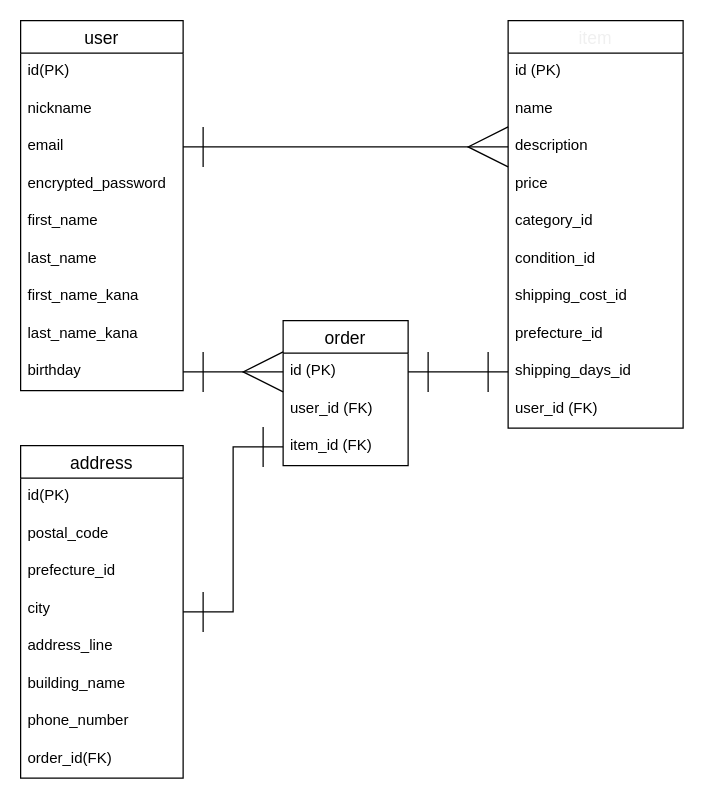
Above: fulima_41683_ER.dio in ooyamadaizan/furima-41683 (draw.io), before the change. Source tidied: cells renumbered, new cells numbered last; positions are measured from the earlier drawing's top-left corner, leaving out a move shared by most shapes. Both pictures are drawn from the tidied source at 125%, with x=0, y=0 at pixel (20, 20).
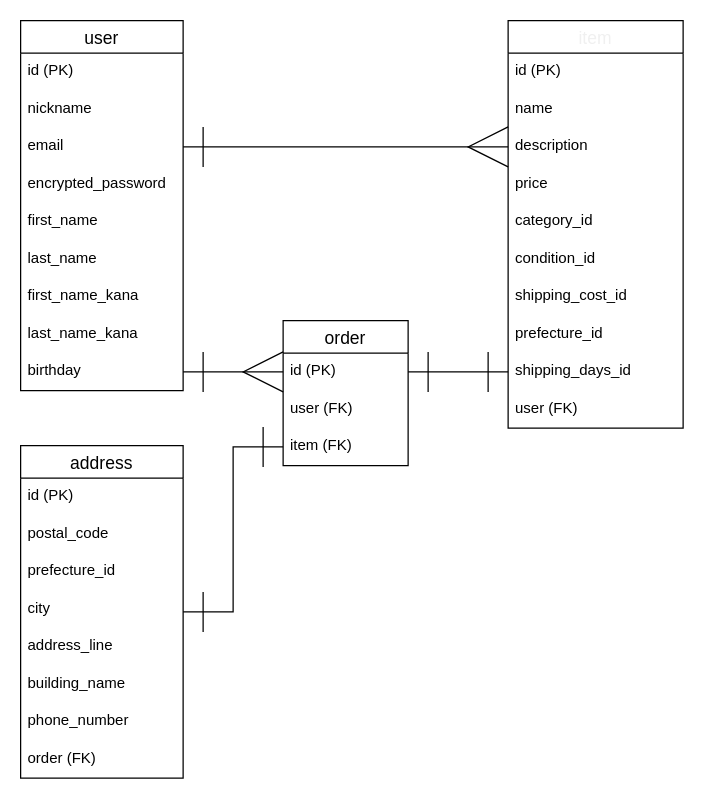
The same diagram, later.

Commit message (it also covers changes not shown here):
READMEとER図再度修正実施

外部キーの名前につけていた不要な記述を全テーブルで削除実施
Itesmsテーブル  user_id の_id を削除
ordersテーブル user_id と item_id の_idを削除
addressesテーブル order_id の _id を削除
READMEの余分左右のスペースを調整実施

Unchanged cells that the change refers to:
```xml
<mxCell id="2" value="user" style="swimlane;fontStyle=0;horizontal=1;startSize=26;align=center;fontSize=14;labelBackgroundColor=none;" parent="1" vertex="1">
  <mxGeometry width="130" height="296" as="geometry" />
</mxCell>
<mxCell id="12" value="item" style="swimlane;fontStyle=0;horizontal=1;startSize=26;align=center;fontSize=14;labelBackgroundColor=none;fontColor=#F0F0F0;" parent="1" vertex="1">
  <mxGeometry x="390" width="140" height="326" as="geometry" />
</mxCell>
<mxCell id="23" value="order" style="swimlane;fontStyle=0;horizontal=1;startSize=26;align=center;fontSize=14;labelBackgroundColor=none;" parent="1" vertex="1">
  <mxGeometry x="210" y="240" width="100" height="116" as="geometry" />
</mxCell>
<mxCell id="28" value="address" style="swimlane;fontStyle=0;horizontal=1;startSize=26;align=center;fontSize=14;strokeColor=default;fontFamily=Helvetica;fontColor=default;fillColor=default;labelBackgroundColor=none;" parent="1" vertex="1">
  <mxGeometry y="340" width="130" height="266" as="geometry" />
</mxCell>
```

What changed in the source:
```diff
@@
-    <mxCell id="3" value="id(PK)" style="text;strokeColor=none;fillColor=none;spacingLeft=4;spacingRight=4;overflow=hidden;fontSize=12;" parent="2" vertex="1">
+    <mxCell id="3" value="id (PK)" style="text;strokeColor=none;fillColor=none;spacingLeft=4;spacingRight=4;overflow=hidden;fontSize=12;" parent="2" vertex="1">
       <mxGeometry y="26" width="130" height="30" as="geometry" />
     </mxCell>
@@
-    <mxCell id="22" value="user_id (FK)" style="text;strokeColor=none;fillColor=none;spacingLeft=4;spacingRight=4;overflow=hidden;fontSize=12;" parent="12" vertex="1">
+    <mxCell id="22" value="user (FK)" style="text;strokeColor=none;fillColor=none;spacingLeft=4;spacingRight=4;overflow=hidden;fontSize=12;" parent="12" vertex="1">
       <mxGeometry y="296" width="140" height="30" as="geometry" />
     </mxCell>
@@
-    <mxCell id="25" value="user_id (FK)" style="text;strokeColor=none;fillColor=none;spacingLeft=4;spacingRight=4;overflow=hidden;fontSize=12;" parent="23" vertex="1">
+    <mxCell id="25" value="user (FK)" style="text;strokeColor=none;fillColor=none;spacingLeft=4;spacingRight=4;overflow=hidden;fontSize=12;" parent="23" vertex="1">
       <mxGeometry y="56" width="100" height="30" as="geometry" />
     </mxCell>
-    <mxCell id="26" value="item_id (FK)" style="text;strokeColor=none;fillColor=none;spacingLeft=4;spacingRight=4;overflow=hidden;points=[[0,0.5],[1,0.5]];portConstraint=eastwest;fontSize=12;" parent="23" vertex="1">
+    <mxCell id="26" value="item (FK)" style="text;strokeColor=none;fillColor=none;spacingLeft=4;spacingRight=4;overflow=hidden;points=[[0,0.5],[1,0.5]];portConstraint=eastwest;fontSize=12;" parent="23" vertex="1">
       <mxGeometry y="86" width="100" height="30" as="geometry" />
     </mxCell>
@@
-    <mxCell id="29" value="id(PK)" style="text;strokeColor=none;fillColor=none;spacingLeft=4;spacingRight=4;overflow=hidden;fontSize=12;fontFamily=Helvetica;fontColor=default;startSize=26;" parent="28" vertex="1">
+    <mxCell id="29" value="id (PK)" style="text;strokeColor=none;fillColor=none;spacingLeft=4;spacingRight=4;overflow=hidden;fontSize=12;fontFamily=Helvetica;fontColor=default;startSize=26;" parent="28" vertex="1">
       <mxGeometry y="26" width="130" height="30" as="geometry" />
     </mxCell>
@@
-    <mxCell id="36" value="order_id(FK)" style="text;strokeColor=none;fillColor=none;spacingLeft=4;spacingRight=4;overflow=hidden;fontSize=12;fontFamily=Helvetica;fontColor=default;startSize=26;" parent="28" vertex="1">
+    <mxCell id="36" value="order (FK)" style="text;strokeColor=none;fillColor=none;spacingLeft=4;spacingRight=4;overflow=hidden;fontSize=12;fontFamily=Helvetica;fontColor=default;startSize=26;" parent="28" vertex="1">
       <mxGeometry y="236" width="130" height="30" as="geometry" />
     </mxCell>
```
